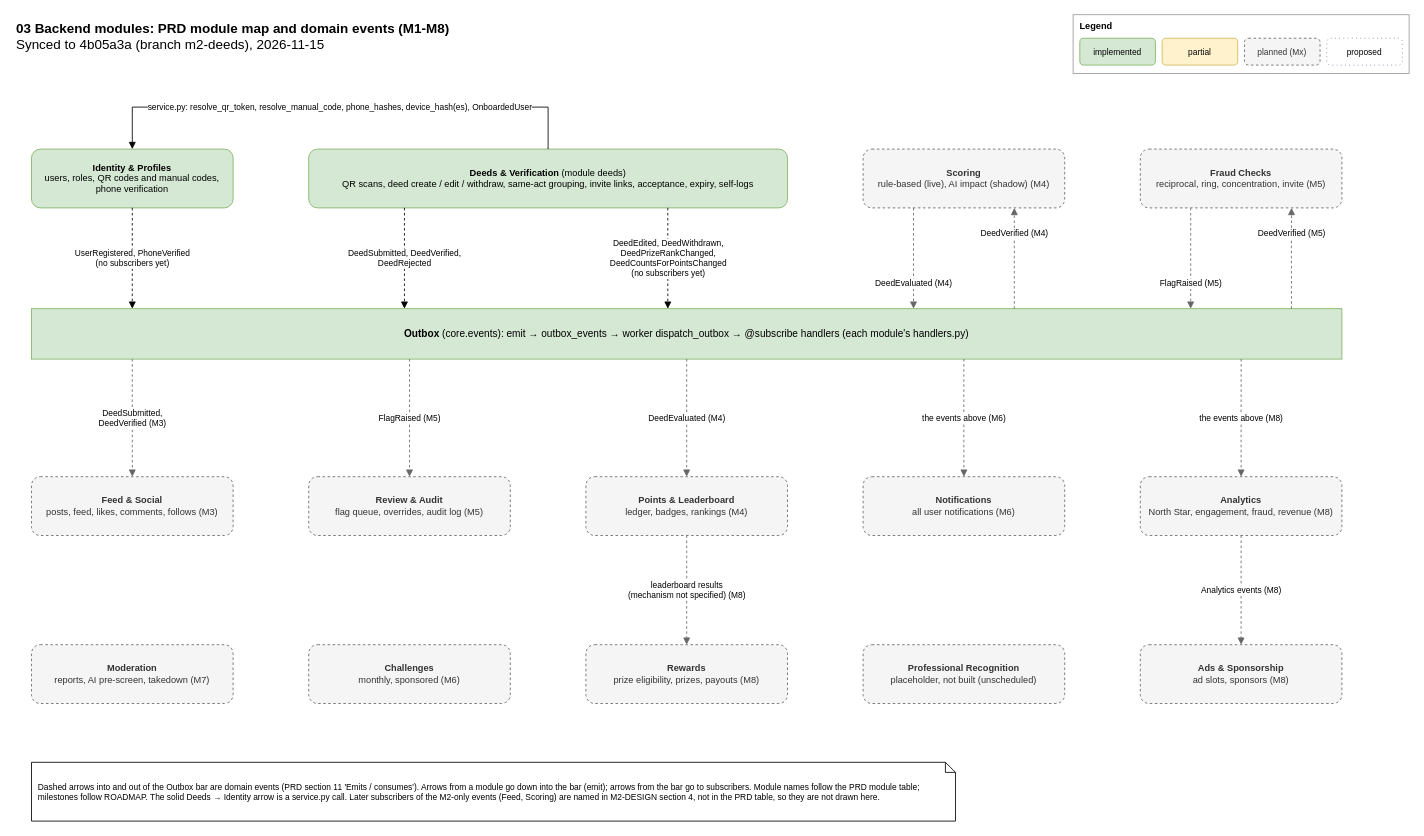
Above: page "Module map (M1-M8)" (5 of 5) of docs/architecture/03-backend-modules.drawio in Ismail94M/Good-Deeds (draw.io), before the change. Source tidied: cells renumbered, new cells numbered last; positions are measured from the earlier drawing's top-left corner, leaving out a move shared by most shapes. Both pictures are drawn from the tidied source at 84%, with x=0, y=0 at pixel (14, 14).
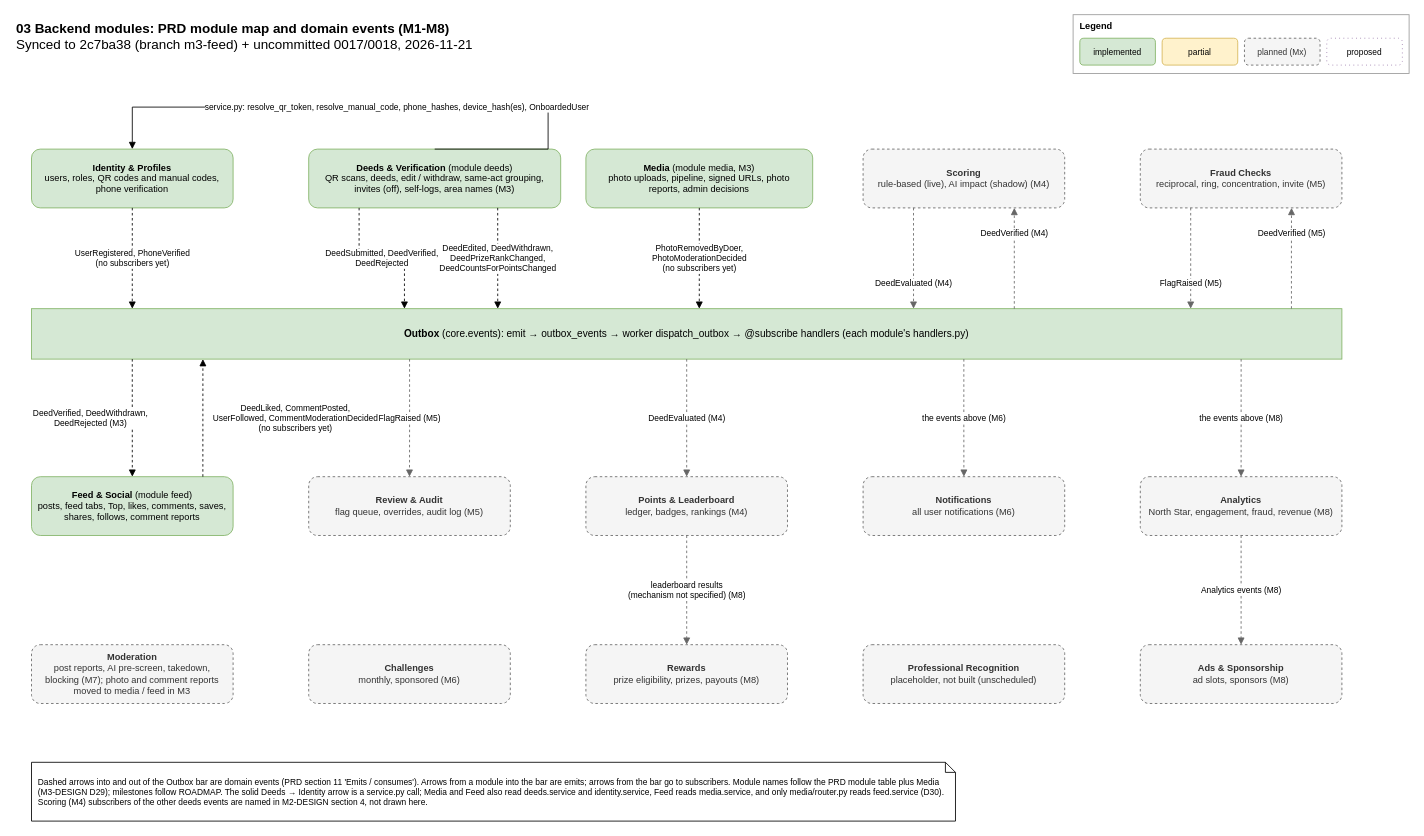
After the change.

The change refers to these unchanged cells:
```xml
<mxCell id="8" value="&lt;b&gt;Outbox&lt;/b&gt; (core.events): emit → outbox_events → worker dispatch_outbox → @subscribe handlers (each module's handlers.py)" style="rounded=0;whiteSpace=wrap;html=1;fontSize=12;fillColor=#d5e8d4;strokeColor=#82b366;" parent="1" vertex="1">
  <mxGeometry x="20" y="350" width="1560" height="60" as="geometry" />
</mxCell>
```

The edit, as a diff of the source:
```diff
@@
-    <mxCell id="2" value="&lt;b&gt;03 Backend modules: PRD module map and domain events (M1-M8)&lt;/b&gt;&lt;br&gt;Synced to 4b05a3a (branch m2-deeds), 2026-11-15" style="text;html=1;align=left;verticalAlign=top;fontSize=16;strokeColor=none;fillColor=none;" parent="1" vertex="1">
-      <mxGeometry width="1000" height="50" as="geometry" />
+    <mxCell id="2" value="&lt;b&gt;03 Backend modules: PRD module map and domain events (M1-M8)&lt;/b&gt;&lt;br&gt;Synced to 2c7ba38 (branch m3-feed) + uncommitted 0017/0018, 2026-11-21" style="text;html=1;align=left;verticalAlign=top;fontSize=16;strokeColor=none;fillColor=none;" parent="1" vertex="1">
+      <mxGeometry width="1100" height="50" as="geometry" />
     </mxCell>
@@
-    <mxCell id="10" value="&lt;b&gt;Deeds &amp;amp; Verification&lt;/b&gt; (module deeds)&lt;br&gt;QR scans, deed create / edit / withdraw, same-act grouping, invite links, acceptance, expiry, self-logs" style="rounded=1;whiteSpace=wrap;html=1;fontSize=11;spacing=8;fillColor=#d5e8d4;strokeColor=#82b366;" parent="1" vertex="1">
-      <mxGeometry x="350" y="160" width="570" height="70" as="geometry" />
+    <mxCell id="10" value="&lt;b&gt;Deeds &amp;amp; Verification&lt;/b&gt; (module deeds)&lt;br&gt;QR scans, deeds, edit / withdraw, same-act grouping, invites (off), self-logs, area names (M3)" style="rounded=1;whiteSpace=wrap;html=1;fontSize=11;spacing=8;fillColor=#d5e8d4;strokeColor=#82b366;" parent="1" vertex="1">
+      <mxGeometry x="350" y="160" width="300" height="70" as="geometry" />
     </mxCell>
@@
-    <mxCell id="13" value="&lt;b&gt;Feed &amp;amp; Social&lt;/b&gt;&lt;br&gt;posts, feed, likes, comments, follows (M3)" style="rounded=1;whiteSpace=wrap;html=1;fontSize=11;spacing=8;fillColor=#f5f5f5;strokeColor=#666666;fontColor=#333333;dashed=1;" parent="1" vertex="1">
+    <mxCell id="13" value="&lt;b&gt;Feed &amp;amp; Social&lt;/b&gt; (module feed)&lt;br&gt;posts, feed tabs, Top, likes, comments, saves, shares, follows, comment reports" style="rounded=1;whiteSpace=wrap;html=1;fontSize=11;spacing=8;fillColor=#d5e8d4;strokeColor=#82b366;" parent="1" vertex="1">
       <mxGeometry x="20" y="550" width="240" height="70" as="geometry" />
     </mxCell>
@@
-    <mxCell id="18" value="&lt;b&gt;Moderation&lt;/b&gt;&lt;br&gt;reports, AI pre-screen, takedown (M7)" style="rounded=1;whiteSpace=wrap;html=1;fontSize=11;spacing=8;fillColor=#f5f5f5;strokeColor=#666666;fontColor=#333333;dashed=1;" parent="1" vertex="1">
+    <mxCell id="18" value="&lt;b&gt;Moderation&lt;/b&gt;&lt;br&gt;post reports, AI pre-screen, takedown, blocking (M7); photo and comment reports moved to media / feed in M3" style="rounded=1;whiteSpace=wrap;html=1;fontSize=11;spacing=8;fillColor=#f5f5f5;strokeColor=#666666;fontColor=#333333;dashed=1;" parent="1" vertex="1">
       <mxGeometry x="20" y="750" width="240" height="70" as="geometry" />
     </mxCell>
@@
-    <mxCell id="25" value="DeedEdited, DeedWithdrawn,&lt;br&gt;DeedPrizeRankChanged,&lt;br&gt;DeedCountsForPointsChanged&lt;br&gt;(no subscribers yet)" style="edgeStyle=orthogonalEdgeStyle;rounded=0;html=1;endArrow=block;strokeColor=#000000;dashed=1;fontSize=10;labelBackgroundColor=#ffffff;exitX=0.75;exitY=1;exitDx=0;exitDy=0;entryX=0.4856;entryY=0;entryDx=0;entryDy=0;" parent="1" edge="1" source="10" target="8">
+    <mxCell id="25" value="DeedEdited, DeedWithdrawn,&lt;br&gt;DeedPrizeRankChanged,&lt;br&gt;DeedCountsForPointsChanged" style="edgeStyle=orthogonalEdgeStyle;rounded=0;html=1;endArrow=block;strokeColor=#000000;dashed=1;fontSize=10;labelBackgroundColor=#ffffff;exitX=0.75;exitY=1;exitDx=0;exitDy=0;entryX=0.3558;entryY=0;entryDx=0;entryDy=0;" parent="1" edge="1" source="10" target="8">
       <mxGeometry relative="1" as="geometry" />
     </mxCell>
@@
-    <mxCell id="30" value="DeedSubmitted,&lt;br&gt;DeedVerified (M3)" style="edgeStyle=orthogonalEdgeStyle;rounded=0;html=1;endArrow=block;strokeColor=#666666;dashed=1;fontSize=10;labelBackgroundColor=#ffffff;exitX=0.0769;exitY=1;exitDx=0;exitDy=0;entryX=0.5;entryY=0;entryDx=0;entryDy=0;" parent="1" edge="1" source="8" target="13">
-      <mxGeometry relative="1" as="geometry" />
+    <mxCell id="30" value="DeedVerified, DeedWithdrawn,&lt;br&gt;DeedRejected (M3)" style="edgeStyle=orthogonalEdgeStyle;rounded=0;html=1;endArrow=block;fontSize=10;labelBackgroundColor=#ffffff;exitX=0.0769;exitY=1;exitDx=0;exitDy=0;entryX=0.5;entryY=0;entryDx=0;entryDy=0;strokeColor=#000000;dashed=1;" parent="1" edge="1" source="8" target="13">
+      <mxGeometry relative="1" as="geometry">
+        <mxPoint x="-50" as="offset" />
+      </mxGeometry>
     </mxCell>
@@
-    <mxCell id="38" value="Dashed arrows into and out of the Outbox bar are domain events (PRD section 11 'Emits / consumes'). Arrows from a module go down into the bar (emit); arrows from the bar go to subscribers. Module names follow the PRD module table; milestones follow ROADMAP. The solid Deeds → Identity arrow is a service.py call. Later subscribers of the M2-only events (Feed, Scoring) are named in M2-DESIGN section 4, not in the PRD table, so they are not drawn here." style="shape=note;whiteSpace=wrap;html=1;size=12;align=left;spacingLeft=6;fontSize=10;" parent="1" vertex="1">
+    <mxCell id="38" value="Dashed arrows into and out of the Outbox bar are domain events (PRD section 11 'Emits / consumes'). Arrows from a module into the bar are emits; arrows from the bar go to subscribers. Module names follow the PRD module table plus Media (M3-DESIGN D29); milestones follow ROADMAP. The solid Deeds → Identity arrow is a service.py call; Media and Feed also read deeds.service and identity.service, Feed reads media.service, and only media/router.py reads feed.service (D30). Scoring (M4) subscribers of the other deeds events are named in M2-DESIGN section 4, not drawn here." style="shape=note;whiteSpace=wrap;html=1;size=12;align=left;spacingLeft=6;fontSize=10;" parent="1" vertex="1">
       <mxGeometry x="20" y="890" width="1100" height="70" as="geometry" />
     </mxCell>
+    <mxCell id="39" value="&lt;b&gt;Media&lt;/b&gt; (module media, M3)&lt;br&gt;photo uploads, pipeline, signed URLs, photo reports, admin decisions" style="rounded=1;whiteSpace=wrap;html=1;fontSize=11;spacing=8;fillColor=#d5e8d4;strokeColor=#82b366;" parent="1" vertex="1">
+      <mxGeometry x="680" y="160" width="270" height="70" as="geometry" />
+    </mxCell>
+    <mxCell id="40" value="PhotoRemovedByDoer,&lt;br&gt;PhotoModerationDecided&lt;br&gt;(no subscribers yet)" style="edgeStyle=orthogonalEdgeStyle;rounded=0;html=1;endArrow=block;strokeColor=#000000;dashed=1;fontSize=10;labelBackgroundColor=#ffffff;exitX=0.5;exitY=1;exitDx=0;exitDy=0;entryX=0.5096;entryY=0;entryDx=0;entryDy=0;" parent="1" edge="1" source="39" target="8">
+      <mxGeometry relative="1" as="geometry" />
+    </mxCell>
+    <mxCell id="41" value="DeedLiked, CommentPosted,&lt;br&gt;UserFollowed, CommentModerationDecided&lt;br&gt;(no subscribers yet)" style="edgeStyle=orthogonalEdgeStyle;rounded=0;html=1;endArrow=block;strokeColor=#000000;dashed=1;fontSize=10;labelBackgroundColor=#ffffff;exitX=0.85;exitY=0;exitDx=0;exitDy=0;entryX=0.1308;entryY=1;entryDx=0;entryDy=0;" parent="1" edge="1" source="13" target="8">
+      <mxGeometry relative="1" as="geometry">
+        <mxPoint x="110" as="offset" />
+      </mxGeometry>
+    </mxCell>
```
